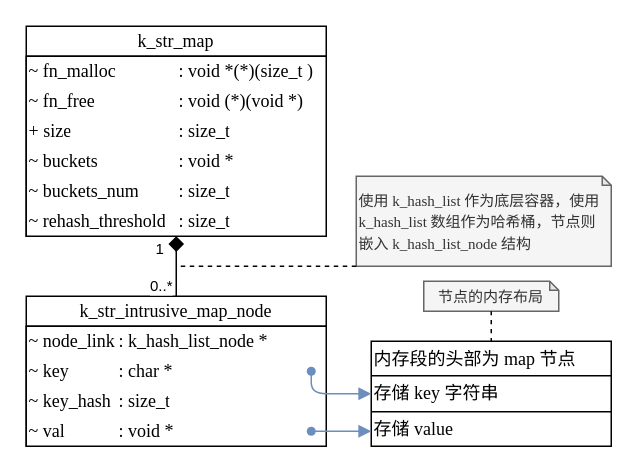
Above: page "k_str_map" (5 of 10) of docs/drawio/k_utils.drawio in szdxdxdx/k_game (draw.io), before the change. Source tidied: cells renumbered, new cells numbered last; positions are measured from the earlier drawing's top-left corner, leaving out a move shared by most shapes. Both pictures are drawn from the tidied source at 150%, with x=0, y=0 at pixel (26, 26).
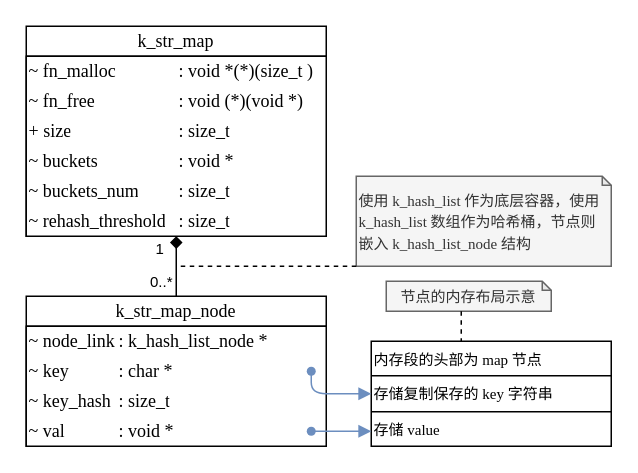
The same page after the edit.

The change refers to these unchanged cells:
```xml
<mxCell id="2" value="&lt;font face=&quot;Times New Roman&quot;&gt;k_str_map&lt;/font&gt;" style="swimlane;fontStyle=0;horizontal=1;startSize=20;fillColor=#FFFFFF;whiteSpace=wrap;html=1;labelBackgroundColor=default;align=center;" parent="1" vertex="1">
  <mxGeometry width="200" height="140" as="geometry" />
</mxCell>
```

The edit, as a diff of the source:
```diff
@@
-    <mxCell id="22" value="&lt;font&gt;k_str_intrusive_map_node&lt;/font&gt;" style="swimlane;fontStyle=0;horizontal=1;startSize=20;fillColor=#FFFFFF;whiteSpace=wrap;html=1;labelBackgroundColor=default;fontFamily=Times New Roman;" parent="1" vertex="1">
+    <mxCell id="22" value="&lt;font&gt;k_str_map_node&lt;/font&gt;" style="swimlane;fontStyle=0;horizontal=1;startSize=20;fillColor=#FFFFFF;whiteSpace=wrap;html=1;labelBackgroundColor=default;fontFamily=Times New Roman;" parent="1" vertex="1">
       <mxGeometry y="180" width="200" height="100" as="geometry" />
     </mxCell>
@@
-    <mxCell id="42" style="shape=table;startSize=0;childLayout=tableLayout;fontSize=12;fontFamily=Times New Roman;" parent="1" vertex="1">
+    <mxCell id="42" style="shape=table;startSize=0;childLayout=tableLayout;fontSize=10;fontFamily=Times New Roman;" parent="1" vertex="1">
       <mxGeometry x="230" y="210" width="160" height="70" as="geometry" />
     </mxCell>
-    <mxCell id="43" style="shape=tableRow;horizontal=0;startSize=0;swimlaneHead=0;swimlaneBody=0;strokeColor=inherit;top=0;left=0;bottom=0;right=0;fillColor=none;points=[[0,0.5],[1,0.5]];portConstraint=eastwest;fontSize=12;fontFamily=Times New Roman;" parent="42" vertex="1">
+    <mxCell id="43" style="shape=tableRow;horizontal=0;startSize=0;swimlaneHead=0;swimlaneBody=0;strokeColor=inherit;top=0;left=0;bottom=0;right=0;fillColor=none;points=[[0,0.5],[1,0.5]];portConstraint=eastwest;fontSize=10;fontFamily=Times New Roman;" parent="42" vertex="1">
       <mxGeometry width="160" height="23" as="geometry" />
     </mxCell>
-    <mxCell id="44" value="内存段的头部为 map 节点" style="shape=partialRectangle;html=1;whiteSpace=wrap;strokeColor=inherit;overflow=hidden;fillColor=none;top=0;left=0;bottom=0;right=0;fontSize=12;fontFamily=Times New Roman;align=left;" parent="43" vertex="1">
+    <mxCell id="44" value="内存段的头部为 map 节点" style="shape=partialRectangle;html=1;whiteSpace=wrap;strokeColor=inherit;overflow=hidden;fillColor=none;top=0;left=0;bottom=0;right=0;fontSize=10;fontFamily=Times New Roman;align=left;" parent="43" vertex="1">
       <mxGeometry width="160" height="23" as="geometry" />
     </mxCell>
-    <mxCell id="45" style="shape=tableRow;horizontal=0;startSize=0;swimlaneHead=0;swimlaneBody=0;strokeColor=inherit;top=0;left=0;bottom=0;right=0;fillColor=none;points=[[0,0.5],[1,0.5]];portConstraint=eastwest;fontSize=12;fontFamily=Times New Roman;" parent="42" vertex="1">
+    <mxCell id="45" style="shape=tableRow;horizontal=0;startSize=0;swimlaneHead=0;swimlaneBody=0;strokeColor=inherit;top=0;left=0;bottom=0;right=0;fillColor=none;points=[[0,0.5],[1,0.5]];portConstraint=eastwest;fontSize=10;fontFamily=Times New Roman;" parent="42" vertex="1">
       <mxGeometry y="23" width="160" height="24" as="geometry" />
     </mxCell>
-    <mxCell id="46" value="存储 key 字符串" style="shape=partialRectangle;html=1;whiteSpace=wrap;strokeColor=inherit;overflow=hidden;fillColor=none;top=0;left=0;bottom=0;right=0;fontSize=12;fontFamily=Times New Roman;align=left;" parent="45" vertex="1">
+    <mxCell id="46" value="存储复制保存的 key 字符串" style="shape=partialRectangle;html=1;whiteSpace=wrap;strokeColor=inherit;overflow=hidden;fillColor=none;top=0;left=0;bottom=0;right=0;fontSize=10;fontFamily=Times New Roman;align=left;" parent="45" vertex="1">
       <mxGeometry width="160" height="24" as="geometry" />
     </mxCell>
-    <mxCell id="47" style="shape=tableRow;horizontal=0;startSize=0;swimlaneHead=0;swimlaneBody=0;strokeColor=inherit;top=0;left=0;bottom=0;right=0;fillColor=none;points=[[0,0.5],[1,0.5]];portConstraint=eastwest;fontSize=12;fontFamily=Times New Roman;" parent="42" vertex="1">
+    <mxCell id="47" style="shape=tableRow;horizontal=0;startSize=0;swimlaneHead=0;swimlaneBody=0;strokeColor=inherit;top=0;left=0;bottom=0;right=0;fillColor=none;points=[[0,0.5],[1,0.5]];portConstraint=eastwest;fontSize=10;fontFamily=Times New Roman;" parent="42" vertex="1">
       <mxGeometry y="47" width="160" height="23" as="geometry" />
     </mxCell>
-    <mxCell id="48" value="存储 value" style="shape=partialRectangle;html=1;whiteSpace=wrap;strokeColor=inherit;overflow=hidden;fillColor=none;top=0;left=0;bottom=0;right=0;fontSize=12;fontFamily=Times New Roman;align=left;" parent="47" vertex="1">
+    <mxCell id="48" value="存储 value" style="shape=partialRectangle;html=1;whiteSpace=wrap;strokeColor=inherit;overflow=hidden;fillColor=none;top=0;left=0;bottom=0;right=0;fontSize=10;fontFamily=Times New Roman;align=left;" parent="47" vertex="1">
       <mxGeometry width="160" height="23" as="geometry" />
     </mxCell>
@@
-    <mxCell id="52" style="endArrow=none;html=1;rounded=0;curved=1;startArrow=diamond;startFill=1;endSize=6;endFill=0;startSize=8;" parent="1" edge="1" source="2" target="22">
+    <mxCell id="52" style="endArrow=none;html=1;rounded=0;curved=1;startArrow=diamond;startFill=1;endSize=6;endFill=0;startSize=6;" parent="1" edge="1" source="2" target="22">
       <mxGeometry relative="1" as="geometry" />
     </mxCell>
     <mxCell id="53" value="0..*" style="edgeLabel;html=1;align=center;verticalAlign=middle;fontSize=10;" parent="52" vertex="1">
       <mxGeometry x="0.76" y="-1" relative="1" as="geometry">
-        <mxPoint x="-10" y="-3" as="offset" />
+        <mxPoint x="-10" y="-6" as="offset" />
       </mxGeometry>
     </mxCell>
@@
-    <mxCell id="56" value="&lt;font style=&quot;font-size: 10px;&quot;&gt;节点的内存布局&lt;/font&gt;" style="shape=note;whiteSpace=wrap;html=1;backgroundOutline=1;darkOpacity=0.05;size=6;fontFamily=Times New Roman;align=center;fillColor=#f5f5f5;fontColor=#333333;strokeColor=#666666;spacing=2;" parent="1" vertex="1">
-      <mxGeometry x="265" y="170" width="90" height="20" as="geometry" />
+    <mxCell id="56" value="&lt;font style=&quot;font-size: 10px;&quot;&gt;节点的内存布局示意&lt;/font&gt;" style="shape=note;whiteSpace=wrap;html=1;backgroundOutline=1;darkOpacity=0.05;size=6;fontFamily=Times New Roman;align=center;fillColor=#f5f5f5;fontColor=#333333;strokeColor=#666666;spacing=2;" parent="1" vertex="1">
+      <mxGeometry x="240" y="170" width="110" height="20" as="geometry" />
     </mxCell>
-    <mxCell id="57" style="endArrow=none;dashed=1;html=1;rounded=0;curved=1;" parent="1" edge="1" source="56" target="43">
-      <mxGeometry relative="1" as="geometry" />
+    <mxCell id="57" style="endArrow=none;dashed=1;html=1;rounded=0;curved=1;edgeStyle=orthogonalEdgeStyle;" parent="1" edge="1" source="56" target="43">
+      <mxGeometry relative="1" as="geometry">
+        <Array as="points">
+          <mxPoint x="290" y="200" />
+          <mxPoint x="290" y="200" />
+        </Array>
+      </mxGeometry>
     </mxCell>
```
